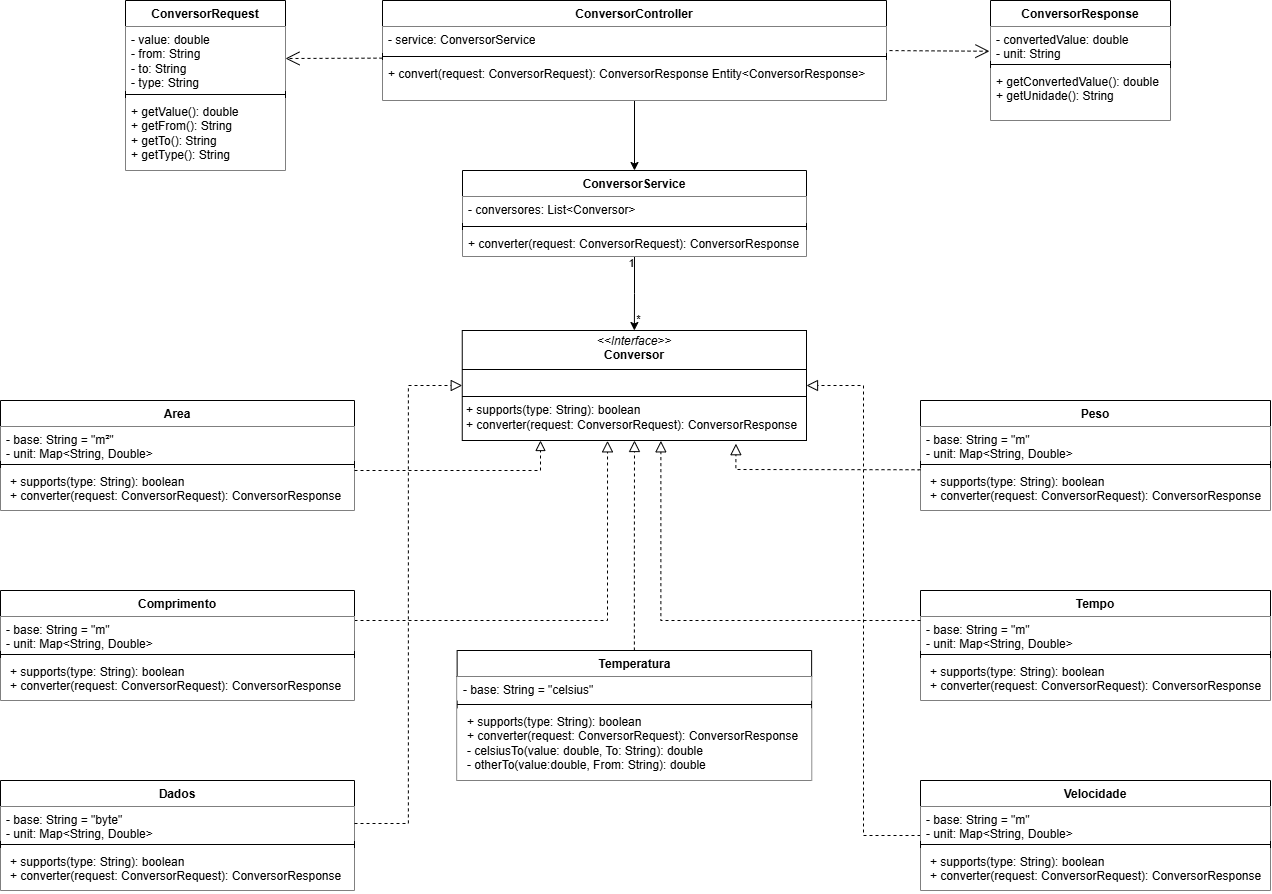
This is doc/images/Diagrama de Classes.png from eng-Bruno/TPPE-trab, a draw.io export, as it was before one commit. Source tidied: cells renumbered, new cells last; positions are measured from the earlier drawing's top-left corner, leaving out a move shared by most shapes.
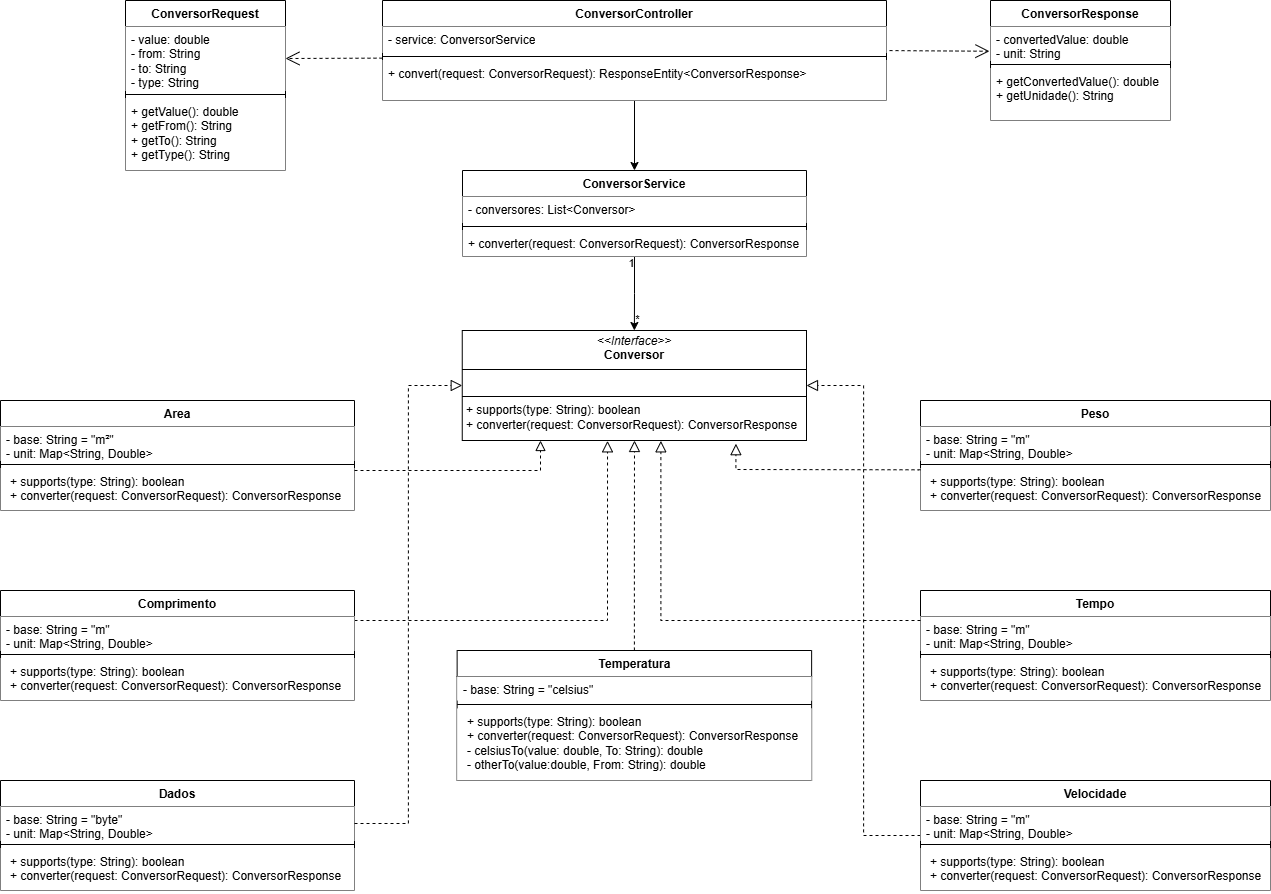
After the commit.

Commit message:
fix(docs): fix class UML

Diff of the diagram source:
```diff
@@ -14,7 +14,7 @@
     <mxCell id="5" style="line;strokeWidth=1;fillColor=none;align=left;verticalAlign=middle;spacingTop=-1;spacingLeft=3;spacingRight=3;labelPosition=right;strokeColor=inherit;" parent="3" vertex="1">
       <mxGeometry y="52" width="504" height="8" as="geometry" />
     </mxCell>
-    <mxCell id="6" value="+ convert(request: ConversorRequest): ConversorResponse Entity&amp;lt;ConversorResponse&amp;gt;" style="text;strokeColor=none;fillColor=default;align=left;verticalAlign=top;spacingLeft=4;spacingRight=4;overflow=hidden;points=[[0,0.5],[1,0.5]];portConstraint=eastwest;whiteSpace=wrap;html=1;" parent="3" vertex="1">
+    <mxCell id="6" value="+ convert(request: ConversorRequest): ResponseEntity&amp;lt;ConversorResponse&amp;gt;" style="text;strokeColor=none;fillColor=default;align=left;verticalAlign=top;spacingLeft=4;spacingRight=4;overflow=hidden;points=[[0,0.5],[1,0.5]];portConstraint=eastwest;whiteSpace=wrap;html=1;" parent="3" vertex="1">
       <mxGeometry y="60" width="504" height="40" as="geometry" />
     </mxCell>
     <mxCell id="7" style="edgeStyle=orthogonalEdgeStyle;rounded=0;jettySize=auto;html=1;entryX=0.5;entryY=0;entryDx=0;entryDy=0;" parent="1" edge="1" source="10" target="22">
```
